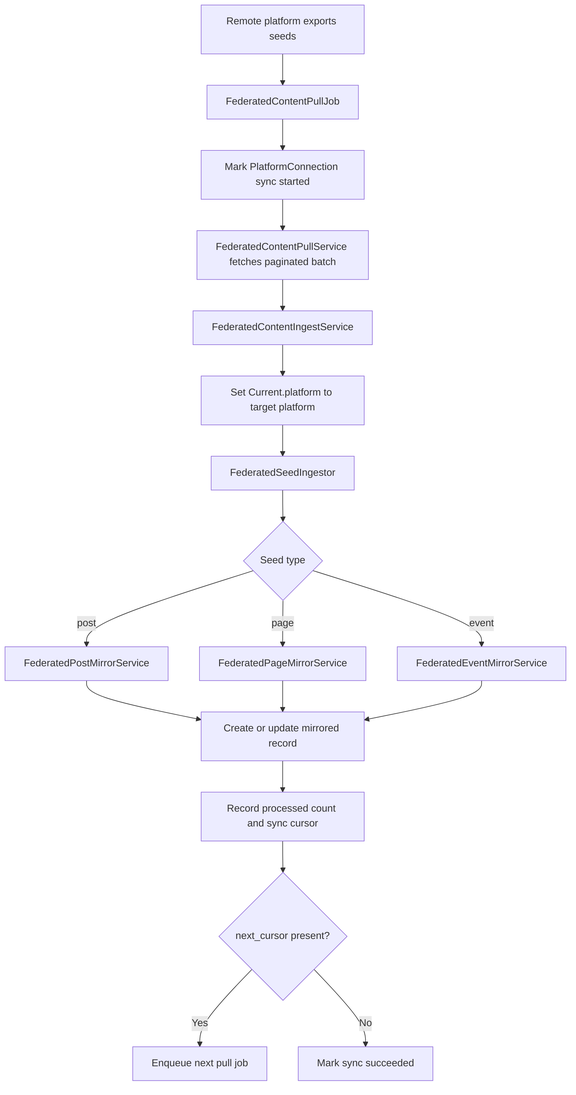
Earlier version of the Mermaid export docs/diagrams/exports/png/federation_content_mirroring_flow.png (better-together-org/community-engine-rails). Its source is kept beside it as docs/diagrams/source/federation_content_mirroring_flow.mmd. The source it was exported from:
```mermaid
flowchart TD
  A[Remote platform exports seeds] --> B[FederatedContentPullJob]
  B --> C[Mark PlatformConnection sync started]
  C --> D[FederatedContentPullService fetches paginated batch]
  D --> E[FederatedContentIngestService]
  E --> F[Set Current.platform to target platform]
  F --> G[FederatedSeedIngestor]
  G --> H{Seed type}
  H -->|post| I[FederatedPostMirrorService]
  H -->|page| J[FederatedPageMirrorService]
  H -->|event| K[FederatedEventMirrorService]
  I --> L[Create or update mirrored record]
  J --> L
  K --> L
  L --> M[Record processed count and sync cursor]
  M --> N{next_cursor present?}
  N -->|Yes| O[Enqueue next pull job]
  N -->|No| P[Mark sync succeeded]
```
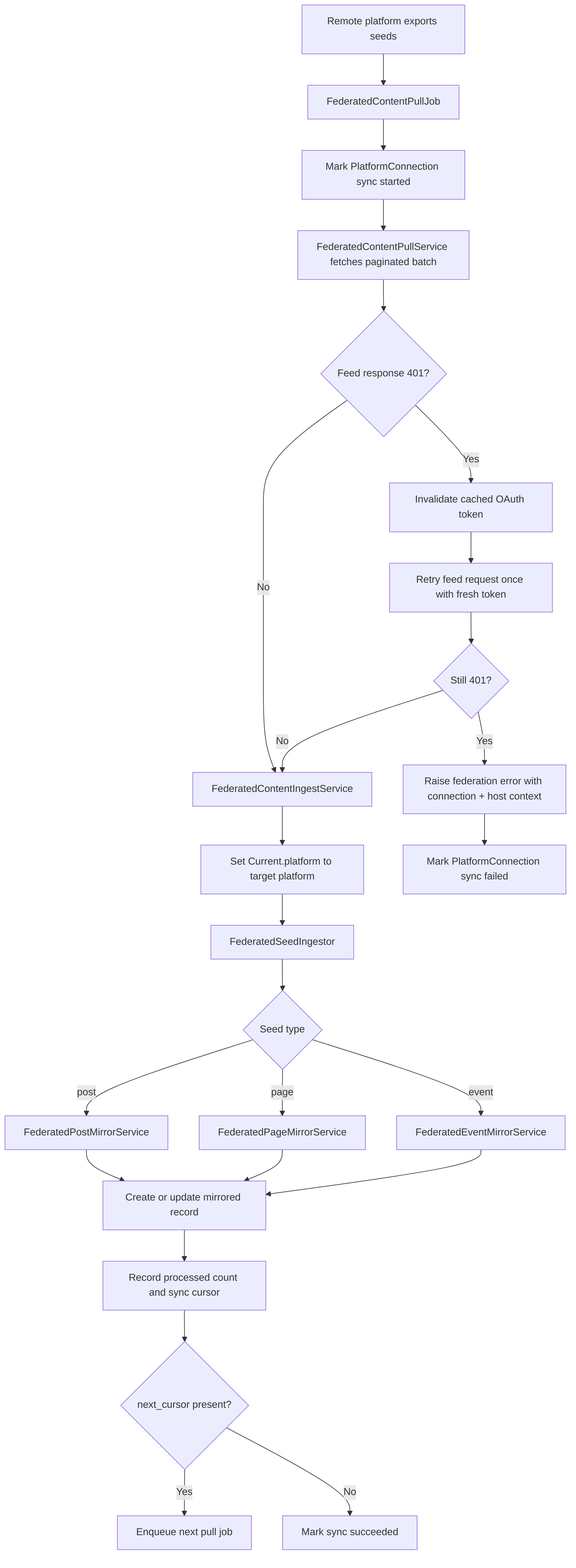
The same diagram one commit later.

Commit message:
docs(diagrams): show the 401-retry/failure branch in federation content mirroring flow

federation_content_mirroring_flow.mmd only showed the happy path.
Adds the branch this PR introduced: a 401 feed response invalidates
the cached OAuth token and retries once with a fresh token before
raising a context-rich error and marking the PlatformConnection sync
failed.

Change to the diagram source:
```diff
@@ -2,7 +2,14 @@
   A[Remote platform exports seeds] --> B[FederatedContentPullJob]
   B --> C[Mark PlatformConnection sync started]
   C --> D[FederatedContentPullService fetches paginated batch]
-  D --> E[FederatedContentIngestService]
+  D --> D1{Feed response 401?}
+  D1 -->|No| E[FederatedContentIngestService]
+  D1 -->|Yes| D2[Invalidate cached OAuth token]
+  D2 --> D3[Retry feed request once with fresh token]
+  D3 --> D4{Still 401?}
+  D4 -->|No| E
+  D4 -->|Yes| D5[Raise federation error with connection + host context]
+  D5 --> Q[Mark PlatformConnection sync failed]
   E --> F[Set Current.platform to target platform]
   F --> G[FederatedSeedIngestor]
   G --> H{Seed type}
```
